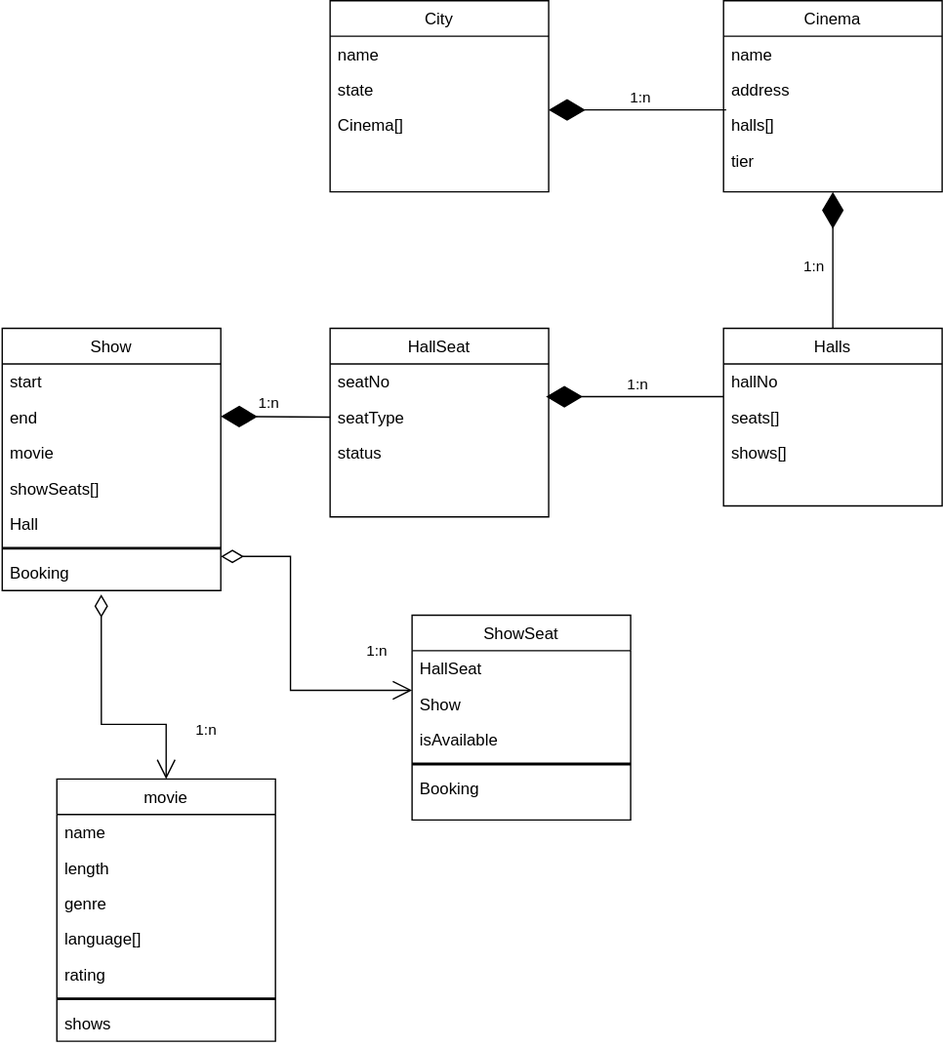
Before: BookMyShowCD.svg, a diagram exported from draw.io (Rammechh/Class_Diagrams). Source tidied: cells renumbered, new cells last; positions are measured from the earlier drawing's top-left corner, leaving out a move shared by most shapes.
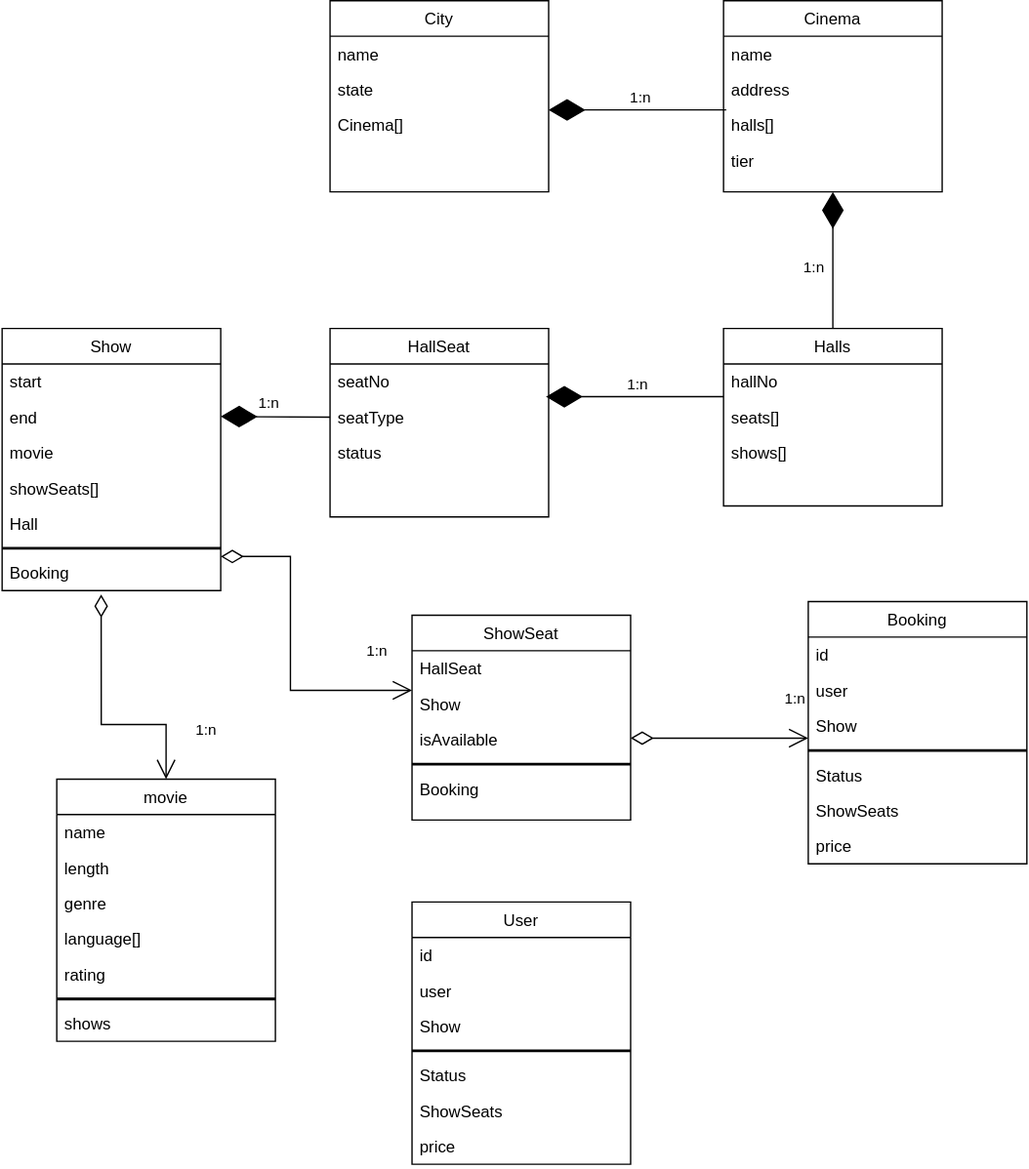
Above is the later version.

What changed in the source:
```diff
@@ -178,5 +178,63 @@
     <mxCell id="50" value="Booking" style="text;align=left;verticalAlign=top;spacingLeft=4;spacingRight=4;overflow=hidden;fontStyle=0;" parent="45" vertex="1">
       <mxGeometry y="114" width="160" height="26" as="geometry" />
     </mxCell>
+    <mxCell id="51" value="Booking" style="swimlane;fontStyle=0;align=center;verticalAlign=top;horizontal=1;startSize=26;rounded=0;shadow=0;strokeWidth=1;" parent="1" vertex="1">
+      <mxGeometry x="590" y="440" width="160" height="192" as="geometry" />
+    </mxCell>
+    <mxCell id="52" value="id" style="text;align=left;verticalAlign=top;spacingLeft=4;spacingRight=4;overflow=hidden;rounded=0;shadow=0;html=0;" parent="51" vertex="1">
+      <mxGeometry y="26" width="160" height="26" as="geometry" />
+    </mxCell>
+    <mxCell id="53" value="user" style="text;align=left;verticalAlign=top;spacingLeft=4;spacingRight=4;overflow=hidden;fontStyle=0;" parent="51" vertex="1">
+      <mxGeometry y="52" width="160" height="26" as="geometry" />
+    </mxCell>
+    <mxCell id="54" value="Show" style="text;align=left;verticalAlign=top;spacingLeft=4;spacingRight=4;overflow=hidden;fontStyle=0;" parent="51" vertex="1">
+      <mxGeometry y="78" width="160" height="26" as="geometry" />
+    </mxCell>
+    <mxCell id="55" style="line;strokeWidth=2;html=1;" parent="51" vertex="1">
+      <mxGeometry y="104" width="160" height="10" as="geometry" />
+    </mxCell>
+    <mxCell id="56" value="Status" style="text;align=left;verticalAlign=top;spacingLeft=4;spacingRight=4;overflow=hidden;fontStyle=0;" parent="51" vertex="1">
+      <mxGeometry y="114" width="160" height="26" as="geometry" />
+    </mxCell>
+    <mxCell id="57" value="ShowSeats" style="text;align=left;verticalAlign=top;spacingLeft=4;spacingRight=4;overflow=hidden;fontStyle=0;" parent="51" vertex="1">
+      <mxGeometry y="140" width="160" height="26" as="geometry" />
+    </mxCell>
+    <mxCell id="58" value="price" style="text;align=left;verticalAlign=top;spacingLeft=4;spacingRight=4;overflow=hidden;fontStyle=0;" parent="51" vertex="1">
+      <mxGeometry y="166" width="160" height="26" as="geometry" />
+    </mxCell>
+    <mxCell id="59" value="User" style="swimlane;fontStyle=0;align=center;verticalAlign=top;horizontal=1;startSize=26;rounded=0;shadow=0;strokeWidth=1;" parent="1" vertex="1">
+      <mxGeometry x="300" y="660" width="160" height="192" as="geometry" />
+    </mxCell>
+    <mxCell id="60" value="id" style="text;align=left;verticalAlign=top;spacingLeft=4;spacingRight=4;overflow=hidden;rounded=0;shadow=0;html=0;" parent="59" vertex="1">
+      <mxGeometry y="26" width="160" height="26" as="geometry" />
+    </mxCell>
+    <mxCell id="61" value="user" style="text;align=left;verticalAlign=top;spacingLeft=4;spacingRight=4;overflow=hidden;fontStyle=0;" parent="59" vertex="1">
+      <mxGeometry y="52" width="160" height="26" as="geometry" />
+    </mxCell>
+    <mxCell id="62" value="Show" style="text;align=left;verticalAlign=top;spacingLeft=4;spacingRight=4;overflow=hidden;fontStyle=0;" parent="59" vertex="1">
+      <mxGeometry y="78" width="160" height="26" as="geometry" />
+    </mxCell>
+    <mxCell id="63" style="line;strokeWidth=2;html=1;" parent="59" vertex="1">
+      <mxGeometry y="104" width="160" height="10" as="geometry" />
+    </mxCell>
+    <mxCell id="64" value="Status" style="text;align=left;verticalAlign=top;spacingLeft=4;spacingRight=4;overflow=hidden;fontStyle=0;" parent="59" vertex="1">
+      <mxGeometry y="114" width="160" height="26" as="geometry" />
+    </mxCell>
+    <mxCell id="65" value="ShowSeats" style="text;align=left;verticalAlign=top;spacingLeft=4;spacingRight=4;overflow=hidden;fontStyle=0;" parent="59" vertex="1">
+      <mxGeometry y="140" width="160" height="26" as="geometry" />
+    </mxCell>
+    <mxCell id="66" value="price" style="text;align=left;verticalAlign=top;spacingLeft=4;spacingRight=4;overflow=hidden;fontStyle=0;" parent="59" vertex="1">
+      <mxGeometry y="166" width="160" height="26" as="geometry" />
+    </mxCell>
+    <mxCell id="67" value="1:n" style="endArrow=open;html=1;endSize=12;startArrow=diamondThin;startSize=14;startFill=0;edgeStyle=orthogonalEdgeStyle;align=left;verticalAlign=bottom;rounded=0;" parent="1" edge="1">
+      <mxGeometry x="0.71" y="20" relative="1" as="geometry">
+        <mxPoint x="460" y="540" as="sourcePoint" />
+        <mxPoint x="590" y="540" as="targetPoint" />
+        <Array as="points">
+          <mxPoint x="460" y="540" />
+          <mxPoint x="610" y="540" />
+        </Array>
+      </mxGeometry>
+    </mxCell>
   </root>
 </mxGraphModel>
```
